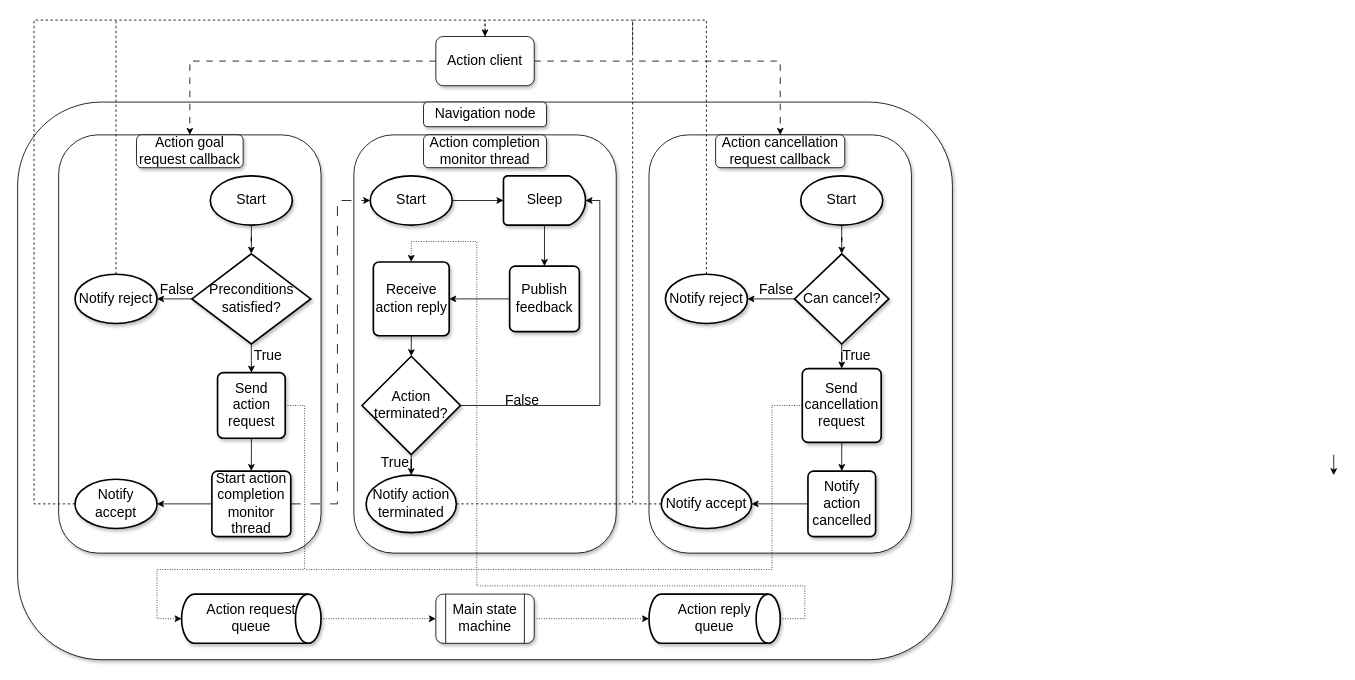
Above: .figures/action_handling_sequence.drawio in DIII-SDU-Group/III-Drone-Core (draw.io), before the change. Source tidied: cells renumbered, new cells numbered last; positions are measured from the earlier drawing's top-left corner, leaving out a move shared by most shapes. Both pictures are drawn from the tidied source at 82%, with x=0, y=0 at pixel (17, 20).
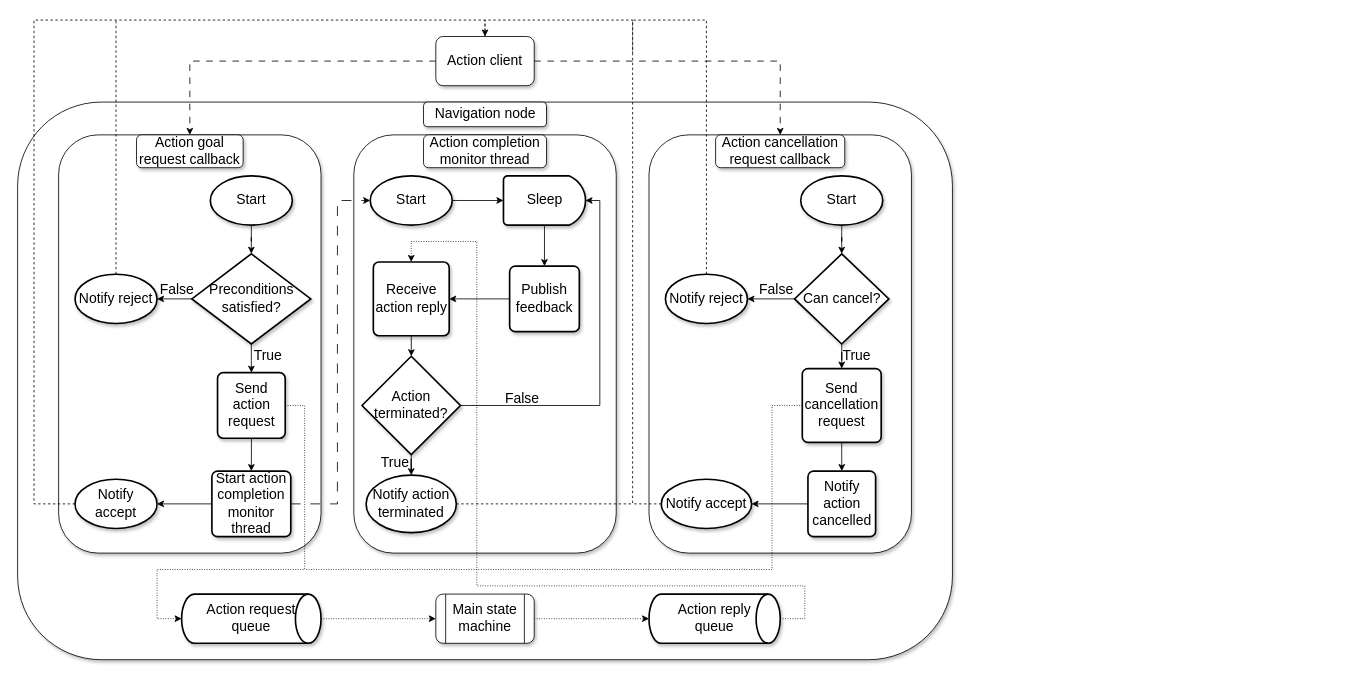
Above is the later version.

What changed in the source:
```diff
@@
-    <mxCell id="44" style="edgeStyle=orthogonalEdgeStyle;rounded=0;orthogonalLoop=1;jettySize=auto;html=1;fontSize=17;" parent="1" edge="1">
-      <mxGeometry relative="1" as="geometry">
-        <mxPoint x="1605" y="530" as="sourcePoint" />
-        <mxPoint x="1605" y="555" as="targetPoint" />
-      </mxGeometry>
-    </mxCell>
@@
     <mxCell id="69" value="False" style="text;html=1;align=center;verticalAlign=middle;strokeColor=none;fillColor=none;fontSize=17;" parent="1" vertex="1">
-      <mxGeometry x="585" y="450" width="60" height="30" as="geometry" />
+      <mxGeometry x="585" y="447" width="60" height="30" as="geometry" />
     </mxCell>
```
